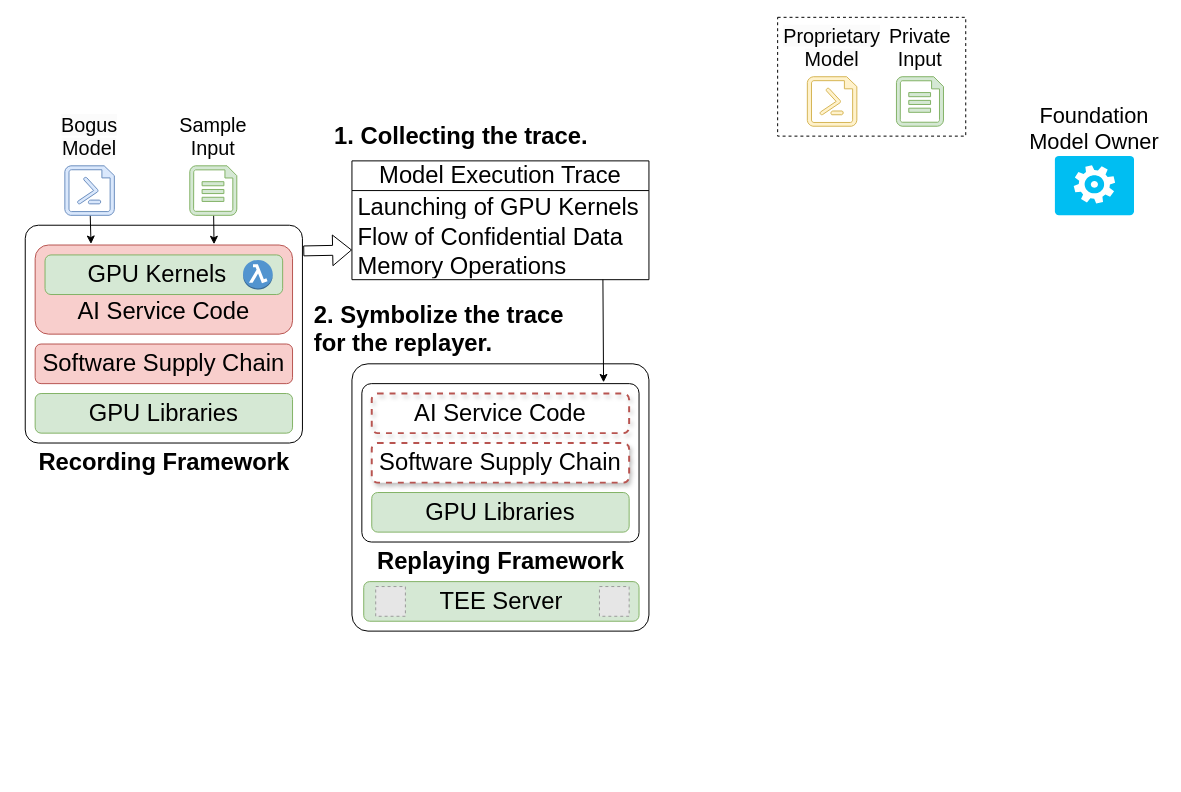
The draw.io diagram page "design_rev" (4 of 5) of ConfidentialComputing/confAI_current.drawio in ya0guang/researches, before the edit. Source tidied: cells renumbered, new cells numbered last; positions are measured from the earlier drawing's top-left corner, leaving out a move shared by most shapes. Both pictures are drawn from the tidied source at 99%, with x=0, y=0 at pixel (25, 17). Pictures stored in the file or linked from it are replaced by grey dashed boxes.
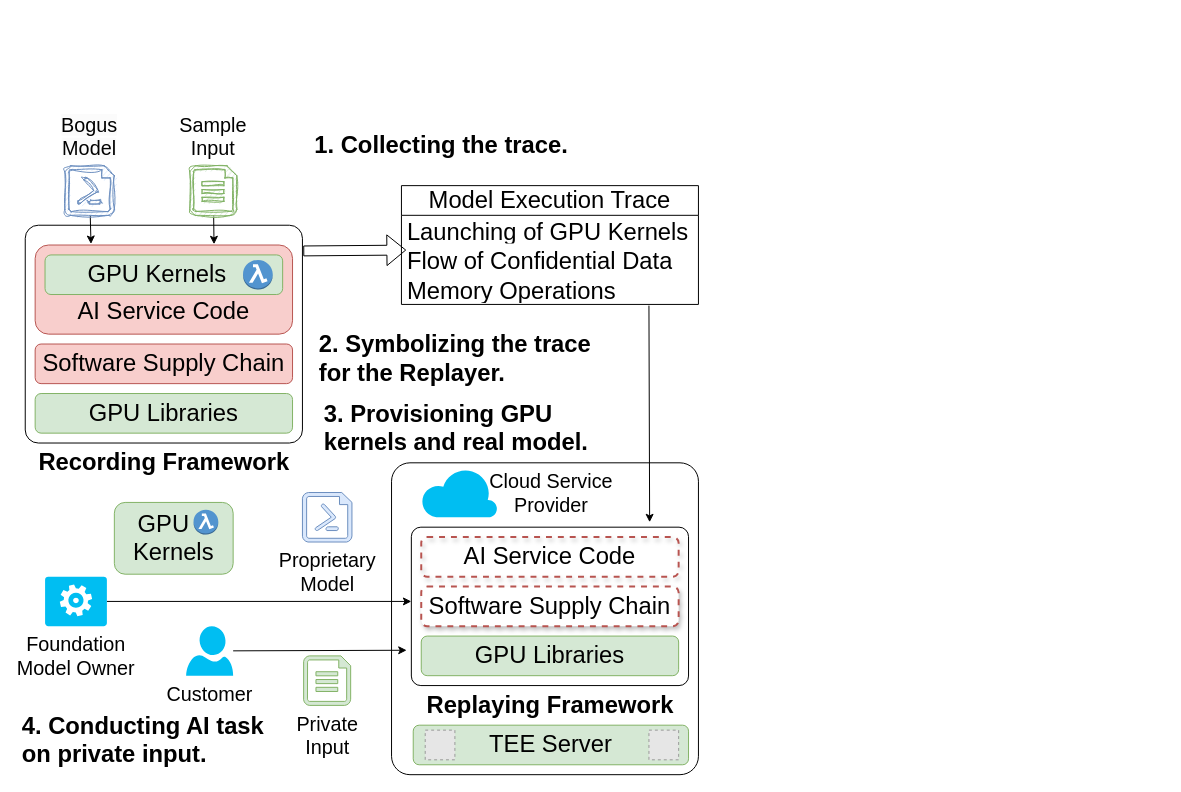
Above is the later version.

Unchanged cells that the change refers to:
```xml
<mxCell id="4" style="rounded=1;whiteSpace=wrap;html=1;fillColor=none;arcSize=6;" parent="1" vertex="1">
  <mxGeometry y="210" width="280" height="220" as="geometry" />
</mxCell>
<mxCell id="10" style="group;" parent="1" vertex="1">
  <mxGeometry x="140" y="90" width="100" height="110" as="geometry" />
</mxCell>
<mxCell id="16" value="&lt;font style=&quot;font-size: 24px;&quot;&gt;Flow of Confidential Data&lt;/font&gt;" style="text;strokeColor=none;fillColor=none;align=left;verticalAlign=middle;spacingLeft=4;spacingRight=4;overflow=hidden;points=[[0,0.5],[1,0.5]];portConstraint=eastwest;whiteSpace=wrap;html=1;" parent="14" vertex="1">
  <mxGeometry y="60" width="300" height="30" as="geometry" />
</mxCell>
<mxCell id="17" value="&lt;font style=&quot;font-size: 24px;&quot;&gt;Memory Operations&lt;/font&gt;" style="text;strokeColor=none;fillColor=none;align=left;verticalAlign=middle;spacingLeft=4;spacingRight=4;overflow=hidden;points=[[0,0.5],[1,0.5]];portConstraint=eastwest;whiteSpace=wrap;html=1;" parent="14" vertex="1">
  <mxGeometry y="90" width="300" height="30" as="geometry" />
</mxCell>
```

What changed in the source:
```diff
@@
     <mxCell id="2" style="rounded=1;whiteSpace=wrap;html=1;fillColor=none;arcSize=6;" parent="1" vertex="1">
-      <mxGeometry x="330" y="350" width="300" height="270" as="geometry" />
+      <mxGeometry x="370" y="450" width="310" height="315" as="geometry" />
     </mxCell>
-    <mxCell id="3" style="rounded=0;whiteSpace=wrap;html=1;fillColor=none;dashed=1;" parent="1" vertex="1">
-      <mxGeometry x="760" width="190" height="120" as="geometry" />
-    </mxCell>
@@
-    <mxCell id="11" style="verticalLabelPosition=bottom;html=1;verticalAlign=top;align=center;strokeColor=#82b366;fillColor=#d5e8d4;shape=mxgraph.azure.file;" parent="10" vertex="1">
+    <mxCell id="11" style="verticalLabelPosition=bottom;html=1;verticalAlign=top;align=center;strokeColor=#82b366;fillColor=#d5e8d4;shape=mxgraph.azure.file;sketch=1;curveFitting=1;jiggle=2;" parent="10" vertex="1">
       <mxGeometry x="26.2" y="60" width="47.5" height="50" as="geometry" />
     </mxCell>
@@
-    <mxCell id="13" style="shape=flexArrow;endArrow=classic;html=1;rounded=0;exitX=1.003;exitY=0.118;exitDx=0;exitDy=0;exitPerimeter=0;entryX=0;entryY=0.75;entryDx=0;entryDy=0;" parent="1" edge="1" source="4" target="14">
+    <mxCell id="13" style="shape=flexArrow;endArrow=classic;html=1;rounded=0;exitX=1.003;exitY=0.118;exitDx=0;exitDy=0;exitPerimeter=0;entryX=0.016;entryY=0.17;entryDx=0;entryDy=0;entryPerimeter=0;" parent="1" edge="1" source="4" target="16">
       <mxGeometry relative="1" as="geometry" />
     </mxCell>
     <mxCell id="14" value="&lt;font style=&quot;font-size: 24px;&quot;&gt;Model Execution Trace&lt;/font&gt;" style="swimlane;fontStyle=0;horizontal=1;startSize=30;whiteSpace=wrap;html=1;" parent="1" vertex="1">
-      <mxGeometry x="330" y="145" width="300" height="120" as="geometry" />
+      <mxGeometry x="380" y="170" width="300" height="120" as="geometry" />
     </mxCell>
@@
     <mxCell id="18" style="rounded=1;whiteSpace=wrap;html=1;fillColor=none;arcSize=6;" parent="1" vertex="1">
-      <mxGeometry x="340" y="370" width="280" height="160" as="geometry" />
+      <mxGeometry x="390" y="515" width="280" height="160" as="geometry" />
     </mxCell>
     <mxCell id="19" value="&lt;font style=&quot;font-size: 24px;&quot;&gt;&lt;b&gt;Replaying Framework&lt;/b&gt;&lt;/font&gt;" style="text;html=1;align=center;verticalAlign=middle;strokeColor=none;fillColor=none;" parent="1" vertex="1">
-      <mxGeometry x="345" y="530" width="270" height="40" as="geometry" />
+      <mxGeometry x="395" y="675" width="270" height="40" as="geometry" />
     </mxCell>
     <mxCell id="20" value="&lt;span style=&quot;font-size: 24px;&quot;&gt;Software Supply Chain&lt;/span&gt;" style="rounded=1;whiteSpace=wrap;html=1;fillColor=#FFFFFF;strokeColor=#b85450;dashed=1;shadow=1;strokeWidth=2;" parent="1" vertex="1">
-      <mxGeometry x="350" y="430" width="260" height="40" as="geometry" />
+      <mxGeometry x="400" y="575" width="260" height="40" as="geometry" />
     </mxCell>
     <mxCell id="21" value="&lt;span style=&quot;font-size: 24px;&quot;&gt;GPU Libraries&lt;/span&gt;" style="rounded=1;whiteSpace=wrap;html=1;fillColor=#d5e8d4;strokeColor=#82b366;" parent="1" vertex="1">
-      <mxGeometry x="350" y="480" width="260" height="40" as="geometry" />
+      <mxGeometry x="400" y="625" width="260" height="40" as="geometry" />
     </mxCell>
     <mxCell id="22" value="&lt;font style=&quot;font-size: 24px;&quot;&gt;AI Service Code&lt;/font&gt;" style="rounded=1;whiteSpace=wrap;html=1;fillColor=none;strokeColor=#b85450;strokeWidth=2;dashed=1;shadow=1;" parent="1" vertex="1">
-      <mxGeometry x="350" y="380" width="260" height="40" as="geometry" />
+      <mxGeometry x="400" y="525" width="260" height="40" as="geometry" />
     </mxCell>
-    <mxCell id="23" style="verticalLabelPosition=bottom;html=1;verticalAlign=top;align=center;strokeColor=#d6b656;fillColor=#fff2cc;shape=mxgraph.azure.powershell_file;" parent="1" vertex="1">
-      <mxGeometry x="790" y="60" width="50" height="50" as="geometry" />
+    <mxCell id="23" value="&lt;span style=&quot;font-size: 20px;&quot;&gt;Proprietary&lt;/span&gt;&lt;br style=&quot;font-size: 20px;&quot;&gt;&lt;span style=&quot;font-size: 20px;&quot;&gt;Model&lt;/span&gt;" style="verticalLabelPosition=bottom;html=1;verticalAlign=top;align=center;strokeColor=#6c8ebf;fillColor=#dae8fc;shape=mxgraph.azure.powershell_file;" parent="1" vertex="1">
+      <mxGeometry x="280" y="480" width="50" height="50" as="geometry" />
     </mxCell>
-    <mxCell id="24" value="&lt;font style=&quot;font-size: 20px;&quot;&gt;&lt;span style=&quot;color: rgb(0, 0, 0); font-family: Helvetica; font-style: normal; font-variant-ligatures: normal; font-variant-caps: normal; font-weight: 400; letter-spacing: normal; orphans: 2; text-indent: 0px; text-transform: none; widows: 2; word-spacing: 0px; -webkit-text-stroke-width: 0px; white-space: nowrap; background-color: rgb(251, 251, 251); text-decoration-thickness: initial; text-decoration-style: initial; text-decoration-color: initial; float: none; display: inline !important;&quot;&gt;Proprietary&lt;/span&gt;&lt;br style=&quot;forced-color-adjust: none; color: rgb(0, 0, 0); font-family: Helvetica; font-style: normal; font-variant-ligatures: normal; font-variant-caps: normal; font-weight: 400; letter-spacing: normal; orphans: 2; text-indent: 0px; text-transform: none; widows: 2; word-spacing: 0px; -webkit-text-stroke-width: 0px; white-space: nowrap; background-color: rgb(251, 251, 251); text-decoration-thickness: initial; text-decoration-style: initial; text-decoration-color: initial;&quot;&gt;&lt;span style=&quot;color: rgb(0, 0, 0); font-family: Helvetica; font-style: normal; font-variant-ligatures: normal; font-variant-caps: normal; font-weight: 400; letter-spacing: normal; orphans: 2; text-indent: 0px; text-transform: none; widows: 2; word-spacing: 0px; -webkit-text-stroke-width: 0px; white-space: nowrap; background-color: rgb(251, 251, 251); text-decoration-thickness: initial; text-decoration-style: initial; text-decoration-color: initial; float: none; display: inline !important;&quot;&gt;Model&lt;/span&gt;&lt;/font&gt;" style="text;whiteSpace=wrap;html=1;align=center;" parent="1" vertex="1">
-      <mxGeometry x="760" width="110" height="60" as="geometry" />
-    </mxCell>
-    <mxCell id="25" style="group;" parent="1" vertex="1">
-      <mxGeometry x="853.8" width="100" height="110" as="geometry" />
-    </mxCell>
-    <mxCell id="26" style="verticalLabelPosition=bottom;html=1;verticalAlign=top;align=center;strokeColor=#82b366;fillColor=#d5e8d4;shape=mxgraph.azure.file;" parent="25" vertex="1">
-      <mxGeometry x="26.2" y="60" width="47.5" height="50" as="geometry" />
-    </mxCell>
-    <mxCell id="27" value="&lt;span style=&quot;font-size: 20px; text-wrap: nowrap;&quot;&gt;Private&lt;br&gt;Input&lt;/span&gt;" style="text;whiteSpace=wrap;html=1;align=center;fillColor=none;" parent="25" vertex="1">
-      <mxGeometry width="100" height="50" as="geometry" />
-    </mxCell>
     <mxCell id="28" value="&lt;span style=&quot;font-size: 24px;&quot;&gt;TEE Server&lt;/span&gt;" style="rounded=1;whiteSpace=wrap;html=1;fillColor=#d5e8d4;strokeColor=#82b366;" parent="1" vertex="1">
-      <mxGeometry x="341.9" y="570" width="278.1" height="40" as="geometry" />
+      <mxGeometry x="391.9" y="715" width="278.1" height="40" as="geometry" />
     </mxCell>
     <mxCell id="29" style="fillColor=#E6E6E6;strokeColor=#999999;dashed=1;html=1;verticalLabelPosition=bottom;labelBackgroundColor=#ffffff;verticalAlign=top;" parent="1" vertex="1">
-      <mxGeometry x="354" y="575" width="30" height="30" as="geometry" />
+      <mxGeometry x="404" y="720" width="30" height="30" as="geometry" />
     </mxCell>
     <mxCell id="30" style="fillColor=#E6E6E6;strokeColor=#999999;dashed=1;html=1;verticalLabelPosition=bottom;labelBackgroundColor=#ffffff;verticalAlign=top;" parent="1" vertex="1">
-      <mxGeometry x="580" y="575" width="30" height="30" as="geometry" />
+      <mxGeometry x="630" y="720" width="30" height="30" as="geometry" />
     </mxCell>
-    <mxCell id="31" style="verticalLabelPosition=bottom;html=1;verticalAlign=top;align=center;strokeColor=#6c8ebf;fillColor=#dae8fc;shape=mxgraph.azure.powershell_file;" parent="1" vertex="1">
+    <mxCell id="31" style="verticalLabelPosition=bottom;html=1;verticalAlign=top;align=center;strokeColor=#6c8ebf;fillColor=#dae8fc;shape=mxgraph.azure.powershell_file;shadow=0;sketch=1;curveFitting=1;jiggle=2;" parent="1" vertex="1">
       <mxGeometry x="40" y="150" width="50" height="50" as="geometry" />
     </mxCell>
@@
-    <mxCell id="37" style="group;" parent="1" vertex="1">
-      <mxGeometry x="1010" y="80" width="140" height="120" as="geometry" />
-    </mxCell>
-    <mxCell id="38" value="&lt;span style=&quot;font-size: 16px;&quot;&gt;&lt;br&gt;&lt;/span&gt;" style="verticalLabelPosition=bottom;html=1;verticalAlign=top;align=center;strokeColor=none;fillColor=#00BEF2;shape=mxgraph.azure.worker_role;" parent="37" vertex="1" collapsed="1">
-      <mxGeometry x="30" y="60" width="80" height="60" as="geometry" />
-    </mxCell>
-    <mxCell id="39" value="&lt;font style=&quot;font-size: 22px;&quot;&gt;&lt;span style=&quot;color: rgb(0, 0, 0); font-family: Helvetica; font-style: normal; font-variant-ligatures: normal; font-variant-caps: normal; font-weight: 400; letter-spacing: normal; orphans: 2; text-indent: 0px; text-transform: none; widows: 2; word-spacing: 0px; -webkit-text-stroke-width: 0px; white-space: nowrap; text-decoration-thickness: initial; text-decoration-style: initial; text-decoration-color: initial; float: none; display: inline !important;&quot;&gt;Foundation&lt;/span&gt;&lt;br style=&quot;forced-color-adjust: none; color: rgb(0, 0, 0); font-family: Helvetica; font-style: normal; font-variant-ligatures: normal; font-variant-caps: normal; font-weight: 400; letter-spacing: normal; orphans: 2; text-indent: 0px; text-transform: none; widows: 2; word-spacing: 0px; -webkit-text-stroke-width: 0px; white-space: nowrap; text-decoration-thickness: initial; text-decoration-style: initial; text-decoration-color: initial;&quot;&gt;&lt;span style=&quot;color: rgb(0, 0, 0); font-family: Helvetica; font-style: normal; font-variant-ligatures: normal; font-variant-caps: normal; font-weight: 400; letter-spacing: normal; orphans: 2; text-indent: 0px; text-transform: none; widows: 2; word-spacing: 0px; -webkit-text-stroke-width: 0px; white-space: nowrap; text-decoration-thickness: initial; text-decoration-style: initial; text-decoration-color: initial; float: none; display: inline !important;&quot;&gt;Model Owner&lt;/span&gt;&lt;/font&gt;" style="text;whiteSpace=wrap;html=1;align=center;" parent="37" vertex="1">
-      <mxGeometry width="140" height="50" as="geometry" />
-    </mxCell>
     <mxCell id="40" value="&lt;font style=&quot;font-size: 24px;&quot;&gt;&lt;b&gt;1. Collecting the trace.&lt;/b&gt;&lt;/font&gt;" style="text;html=1;align=center;verticalAlign=middle;strokeColor=none;fillColor=none;" parent="1" vertex="1">
-      <mxGeometry x="300" y="100" width="280" height="40" as="geometry" />
+      <mxGeometry x="280" y="110" width="280" height="40" as="geometry" />
     </mxCell>
-    <mxCell id="41" value="&lt;font style=&quot;font-size: 24px;&quot;&gt;&lt;b&gt;2. Symbolize the trace&lt;br&gt;for the replayer.&lt;/b&gt;&lt;/font&gt;" style="text;html=1;align=left;verticalAlign=middle;strokeColor=none;fillColor=none;" parent="1" vertex="1">
-      <mxGeometry x="290" y="280" width="280" height="70" as="geometry" />
+    <mxCell id="41" value="&lt;font style=&quot;font-size: 24px;&quot;&gt;&lt;b&gt;2. Symbolizing the trace&lt;br&gt;for the Replayer.&lt;/b&gt;&lt;/font&gt;" style="text;html=1;align=left;verticalAlign=middle;strokeColor=none;fillColor=none;" parent="1" vertex="1">
+      <mxGeometry x="295" y="310" width="300" height="70" as="geometry" />
     </mxCell>
-    <mxCell id="42" style="rounded=0;jettySize=auto;html=1;entryX=0.872;entryY=-0.008;entryDx=0;entryDy=0;entryPerimeter=0;exitX=0.845;exitY=0.996;exitDx=0;exitDy=0;exitPerimeter=0;" parent="1" edge="1" source="17" target="18">
-      <mxGeometry relative="1" as="geometry" />
+    <mxCell id="42" style="rounded=0;orthogonalLoop=1;jettySize=auto;html=1;entryX=0.872;entryY=-0.008;entryDx=0;entryDy=0;entryPerimeter=0;exitX=0.845;exitY=0.996;exitDx=0;exitDy=0;exitPerimeter=0;" parent="1" edge="1">
+      <mxGeometry relative="1" as="geometry">
+        <mxPoint x="630" y="291.2" as="sourcePoint" />
+        <mxPoint x="630.7" y="510" as="targetPoint" />
+      </mxGeometry>
     </mxCell>
+    <mxCell id="43" value="&lt;span style=&quot;font-size: 24px;&quot;&gt;&lt;b&gt;3. Provisioning GPU&amp;nbsp;&lt;/b&gt;&lt;/span&gt;&lt;div&gt;&lt;span style=&quot;font-size: 24px;&quot;&gt;&lt;b&gt;kernels and&amp;nbsp;&lt;/b&gt;&lt;/span&gt;&lt;span style=&quot;background-color: initial; font-size: 24px;&quot;&gt;&lt;b&gt;real&amp;nbsp;&lt;/b&gt;&lt;/span&gt;&lt;b style=&quot;background-color: initial; font-size: 24px;&quot;&gt;model.&lt;/b&gt;&lt;/div&gt;" style="text;html=1;align=left;verticalAlign=middle;strokeColor=none;fillColor=none;" parent="1" vertex="1">
+      <mxGeometry x="300" y="380" width="290" height="70" as="geometry" />
+    </mxCell>
+    <mxCell id="44" style="edgeStyle=orthogonalEdgeStyle;rounded=0;jettySize=auto;html=1;" parent="1" edge="1" source="39">
+      <mxGeometry relative="1" as="geometry">
+        <mxPoint x="390" y="590" as="targetPoint" />
+        <Array as="points">
+          <mxPoint x="390" y="590" />
+        </Array>
+      </mxGeometry>
+    </mxCell>
+    <mxCell id="39" value="&lt;span style=&quot;font-size: 20px;&quot;&gt;Foundation&lt;br&gt;Model Owner&lt;br&gt;&lt;/span&gt;" style="verticalLabelPosition=bottom;html=1;verticalAlign=top;align=center;strokeColor=none;fillColor=#00BEF2;shape=mxgraph.azure.worker_role;" parent="1" vertex="1">
+      <mxGeometry x="20" y="565" width="62.5" height="50" as="geometry" />
+    </mxCell>
+    <mxCell id="45" style="group;" parent="1" vertex="1">
+      <mxGeometry x="90" y="490" width="120" height="72.5" as="geometry" />
+    </mxCell>
+    <mxCell id="46" value="&lt;span style=&quot;font-size: 24px;&quot;&gt;GPU&amp;nbsp; &amp;nbsp;&lt;/span&gt;&lt;div&gt;&lt;span style=&quot;font-size: 24px;&quot;&gt;Kernels&lt;/span&gt;&lt;/div&gt;" style="rounded=1;whiteSpace=wrap;html=1;fillColor=#d5e8d4;strokeColor=#82b366;" parent="45" vertex="1">
+      <mxGeometry width="120" height="72.5" as="geometry" />
+    </mxCell>
+    <mxCell id="47" style="dashed=0;verticalLabelPosition=bottom;verticalAlign=top;align=center;html=1;shape=mxgraph.aws3.lambda_function;fillColor=#5294CF;gradientColor=none;" parent="45" vertex="1">
+      <mxGeometry x="80" y="7.5" width="25" height="25" as="geometry" />
+    </mxCell>
+    <mxCell id="26" value="&lt;span style=&quot;font-size: 20px;&quot;&gt;Private&lt;/span&gt;&lt;br style=&quot;font-size: 20px;&quot;&gt;&lt;span style=&quot;font-size: 20px;&quot;&gt;Input&lt;/span&gt;" style="verticalLabelPosition=bottom;html=1;verticalAlign=top;align=center;strokeColor=#82b366;fillColor=#d5e8d4;shape=mxgraph.azure.file;" parent="1" vertex="1">
+      <mxGeometry x="281.2" y="645" width="47.5" height="50" as="geometry" />
+    </mxCell>
+    <mxCell id="48" value="&lt;font style=&quot;&quot;&gt;&lt;font style=&quot;font-size: 20px;&quot;&gt;Customer&lt;/font&gt;&lt;br&gt;&lt;/font&gt;" style="verticalLabelPosition=bottom;html=1;verticalAlign=top;align=center;strokeColor=none;fillColor=#00BEF2;shape=mxgraph.azure.user;" parent="1" vertex="1">
+      <mxGeometry x="162.5" y="615" width="47.5" height="50" as="geometry" />
+    </mxCell>
+    <mxCell id="49" style="rounded=0;jettySize=auto;html=1;entryX=-0.017;entryY=0.777;entryDx=0;entryDy=0;entryPerimeter=0;" parent="1" edge="1" source="48" target="18">
+      <mxGeometry relative="1" as="geometry" />
+    </mxCell>
+    <mxCell id="50" value="&lt;span style=&quot;font-size: 24px;&quot;&gt;&lt;b&gt;4. Conducting AI task&lt;br&gt;on private input.&lt;/b&gt;&lt;/span&gt;" style="text;html=1;align=left;verticalAlign=middle;strokeColor=none;fillColor=none;" parent="1" vertex="1">
+      <mxGeometry x="-5" y="695" width="270" height="70" as="geometry" />
+    </mxCell>
+    <mxCell id="51" style="group;" parent="1" vertex="1">
+      <mxGeometry x="400" y="450" width="205.9" height="60" as="geometry" />
+    </mxCell>
+    <mxCell id="52" value="&lt;font style=&quot;font-size: 20px;&quot;&gt;&lt;br&gt;&lt;/font&gt;" style="verticalLabelPosition=bottom;html=1;verticalAlign=top;align=center;strokeColor=none;fillColor=#00BEF2;shape=mxgraph.azure.cloud;" parent="51" vertex="1">
+      <mxGeometry y="5" width="76.9" height="50" as="geometry" />
+    </mxCell>
+    <mxCell id="53" value="&lt;font style=&quot;font-size: 20px;&quot;&gt;Cloud Service&lt;br&gt;Provider&lt;/font&gt;" style="text;html=1;align=center;verticalAlign=middle;strokeColor=none;fillColor=none;" parent="51" vertex="1">
+      <mxGeometry x="55.9" width="150" height="60" as="geometry" />
+    </mxCell>
```
